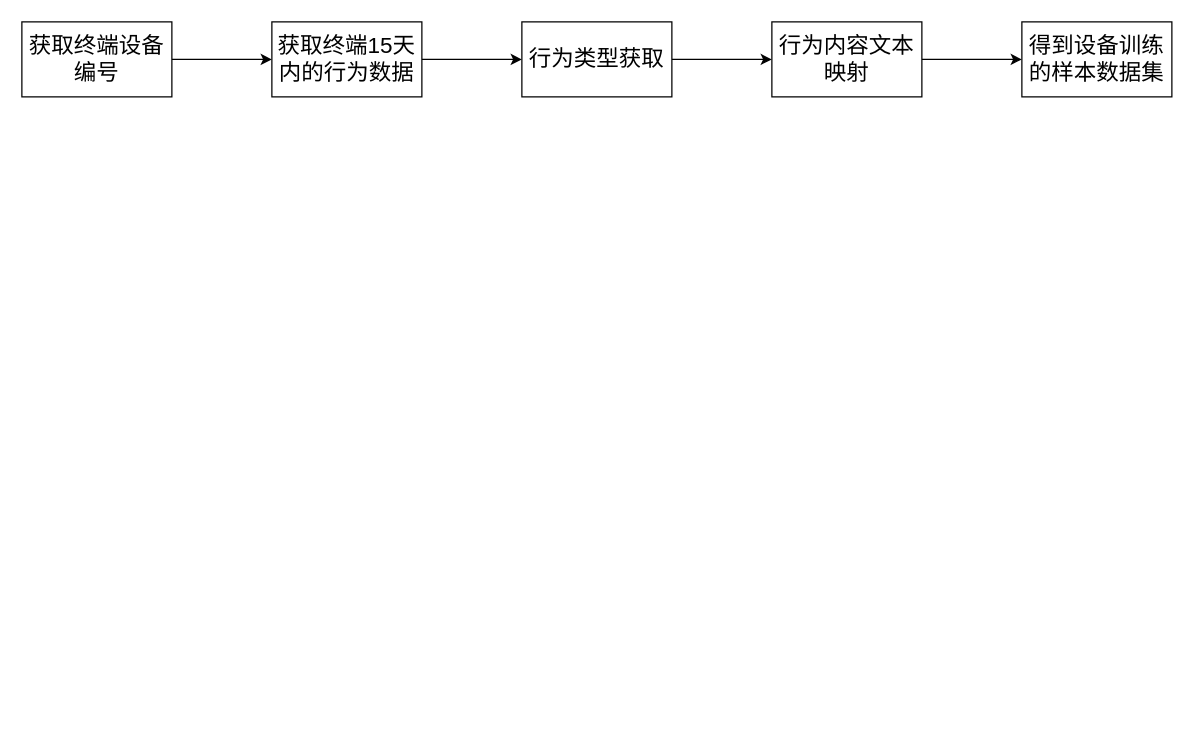
The draw.io diagram testDirectory/样本数据集预处理流程.drawio in Moose1273/-, before the edit. Source tidied: cells renumbered, new cells numbered last; positions are measured from the earlier drawing's top-left corner, leaving out a move shared by most shapes. Both pictures are drawn from the tidied source at 125%, with x=0, y=0 at pixel (21, 21).
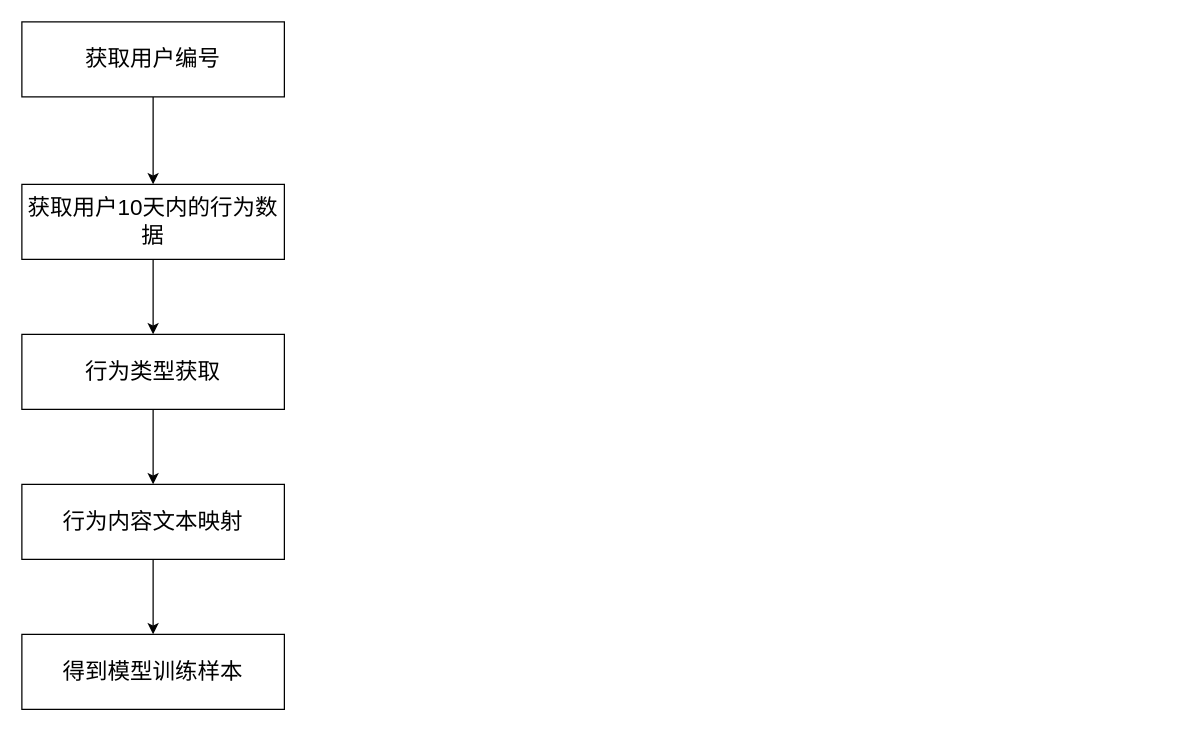
After the change.

Commit message:
更新样本数据集预处理流程.drawio

Change to the diagram source:
```diff
@@
 <mxGraphModel>
   <root>
     <mxCell id="0" />
     <mxCell id="1" parent="0" />
     <mxCell id="2" style="edgeStyle=orthogonalEdgeStyle;rounded=0;jettySize=auto;html=1;fontSize=18;" parent="1" edge="1" source="3" target="5">
       <mxGeometry relative="1" as="geometry" />
     </mxCell>
-    <mxCell id="3" value="获取终端设备编号" style="rounded=0;whiteSpace=wrap;html=1;fontSize=18;" parent="1" vertex="1">
-      <mxGeometry width="120" height="60" as="geometry" />
+    <mxCell id="3" value="获取用户编号" style="rounded=0;whiteSpace=wrap;html=1;fontSize=18;" parent="1" vertex="1">
+      <mxGeometry width="210" height="60" as="geometry" />
     </mxCell>
     <mxCell id="4" style="edgeStyle=orthogonalEdgeStyle;rounded=0;jettySize=auto;html=1;fontSize=18;" parent="1" edge="1" source="5" target="7">
       <mxGeometry relative="1" as="geometry" />
     </mxCell>
-    <mxCell id="5" value="获取终端15天内的&lt;span style=&quot;background-color: initial;&quot;&gt;行为数据&lt;/span&gt;" style="rounded=0;whiteSpace=wrap;html=1;fontSize=18;" parent="1" vertex="1">
-      <mxGeometry x="200" width="120" height="60" as="geometry" />
+    <mxCell id="5" value="获取用户10天内的&lt;span style=&quot;background-color: initial;&quot;&gt;行为数据&lt;/span&gt;" style="rounded=0;whiteSpace=wrap;html=1;fontSize=18;" parent="1" vertex="1">
+      <mxGeometry y="130" width="210" height="60" as="geometry" />
     </mxCell>
     <mxCell id="6" style="edgeStyle=orthogonalEdgeStyle;rounded=0;jettySize=auto;html=1;fontSize=18;" parent="1" edge="1" source="7" target="9">
       <mxGeometry relative="1" as="geometry" />
     </mxCell>
     <mxCell id="7" value="行为类型获取" style="rounded=0;whiteSpace=wrap;html=1;fontSize=18;" parent="1" vertex="1">
-      <mxGeometry x="400" width="120" height="60" as="geometry" />
+      <mxGeometry y="250" width="210" height="60" as="geometry" />
     </mxCell>
     <mxCell id="8" style="edgeStyle=orthogonalEdgeStyle;rounded=0;jettySize=auto;html=1;fontSize=18;" parent="1" edge="1" source="9" target="10">
       <mxGeometry relative="1" as="geometry" />
     </mxCell>
     <mxCell id="9" value="行为内容文本映射" style="rounded=0;whiteSpace=wrap;html=1;fontSize=18;" parent="1" vertex="1">
-      <mxGeometry x="600" width="120" height="60" as="geometry" />
+      <mxGeometry y="370" width="210" height="60" as="geometry" />
     </mxCell>
-    <mxCell id="10" value="得到设备训练的&lt;span style=&quot;background-color: initial;&quot;&gt;样本数据集&lt;/span&gt;" style="rounded=0;whiteSpace=wrap;html=1;fontSize=18;" parent="1" vertex="1">
-      <mxGeometry x="800" width="120" height="60" as="geometry" />
+    <mxCell id="10" value="得到模型训练&lt;span style=&quot;background-color: initial;&quot;&gt;样本&lt;/span&gt;" style="rounded=0;whiteSpace=wrap;html=1;fontSize=18;" parent="1" vertex="1">
+      <mxGeometry y="490" width="210" height="60" as="geometry" />
     </mxCell>
   </root>
 </mxGraphModel>
```
